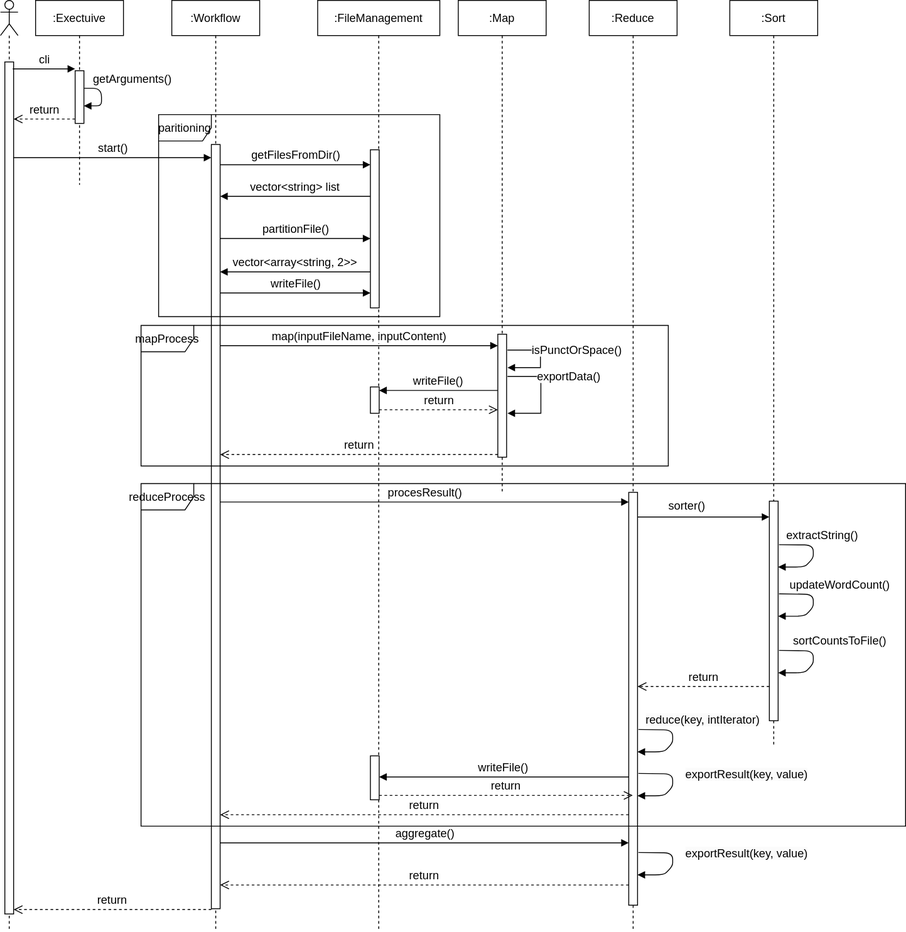
saie100/ood_map_reduce keeps this draw.io diagram as docs/sequence.drawio.svg. Above is the earlier version. Source tidied: cells renumbered, new cells last; positions are measured from the earlier drawing's top-left corner, leaving out a move shared by most shapes.
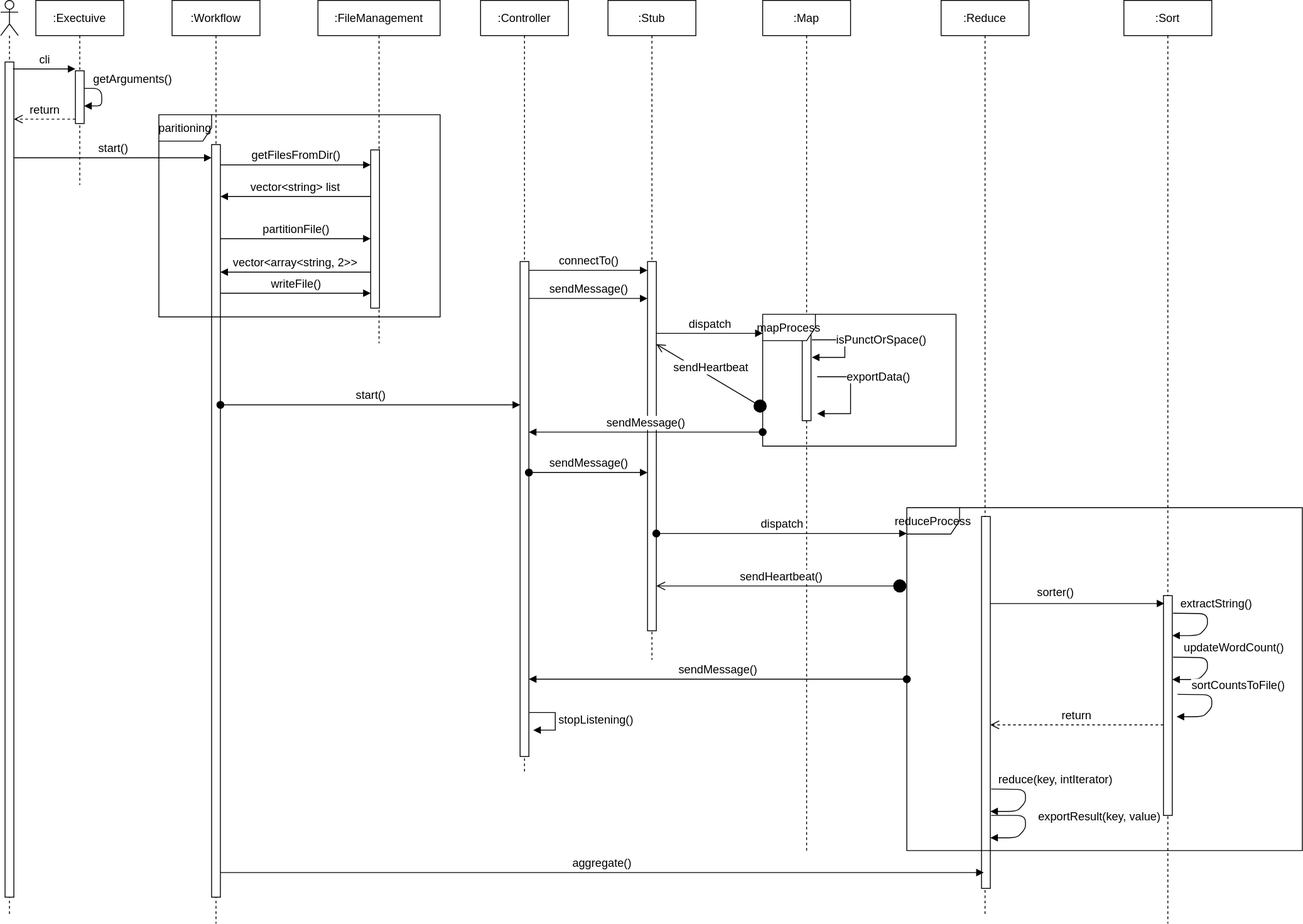
Above is the later version.

What changed in the source:
```diff
@@ -5,6 +5,6 @@
     <mxCell id="2" style="shape=umlLifeline;participant=umlActor;perimeter=lifelinePerimeter;whiteSpace=wrap;html=1;verticalAlign=top;spacingTop=36;fontSize=13;fontStyle=0;" parent="1" vertex="1">
-      <mxGeometry width="20" height="1060" as="geometry" />
+      <mxGeometry width="20" height="1040" as="geometry" />
     </mxCell>
     <mxCell id="3" style="html=1;perimeter=orthogonalPerimeter;fontSize=13;fontStyle=0;" parent="2" vertex="1">
-      <mxGeometry x="5" y="70" width="10" height="970" as="geometry" />
+      <mxGeometry x="5" y="70" width="10" height="950" as="geometry" />
     </mxCell>
@@ -26,9 +26,14 @@
     <mxCell id="8" value=":Workflow" style="shape=umlLifeline;perimeter=lifelinePerimeter;whiteSpace=wrap;html=1;fontSize=13;fontStyle=0;" parent="1" vertex="1">
-      <mxGeometry x="195" width="100" height="1060" as="geometry" />
+      <mxGeometry x="195" width="100" height="1050" as="geometry" />
     </mxCell>
     <mxCell id="9" style="html=1;perimeter=orthogonalPerimeter;fontSize=13;fontStyle=0;" parent="8" vertex="1">
-      <mxGeometry x="45" y="164" width="10" height="870" as="geometry" />
+      <mxGeometry x="45" y="164" width="10" height="856" as="geometry" />
     </mxCell>
+    <mxCell id="51" value="start()" style="html=1;verticalAlign=bottom;startArrow=oval;startFill=1;endArrow=block;startSize=8;fontSize=13;" parent="8" edge="1" target="53">
+      <mxGeometry relative="1" as="geometry">
+        <mxPoint x="55" y="460" as="sourcePoint" />
+      </mxGeometry>
+    </mxCell>
     <mxCell id="10" value=":FileManagement" style="shape=umlLifeline;perimeter=lifelinePerimeter;whiteSpace=wrap;html=1;fontSize=13;fontStyle=0;" parent="1" vertex="1">
-      <mxGeometry x="361" width="139" height="1060" as="geometry" />
+      <mxGeometry x="361" width="139" height="390" as="geometry" />
     </mxCell>
@@ -37,14 +42,2 @@
     </mxCell>
-    <mxCell id="12" style="html=1;perimeter=orthogonalPerimeter;fontSize=13;fontStyle=0;" parent="10" vertex="1">
-      <mxGeometry x="60" y="440" width="10" height="30" as="geometry" />
-    </mxCell>
-    <mxCell id="13" style="html=1;perimeter=orthogonalPerimeter;fontSize=13;fontStyle=0;" parent="10" vertex="1">
-      <mxGeometry x="60" y="860" width="10" height="50" as="geometry" />
-    </mxCell>
-    <mxCell id="14" value="writeFile()" style="html=1;verticalAlign=bottom;endArrow=block;fontSize=13;fontStyle=0;" parent="10" edge="1">
-      <mxGeometry x="0.01" relative="1" as="geometry">
-        <mxPoint x="354" y="884" as="sourcePoint" />
-        <mxPoint x="70" y="884" as="targetPoint" />
-      </mxGeometry>
-    </mxCell>
     <mxCell id="15" value="paritioning" style="shape=umlFrame;whiteSpace=wrap;html=1;fontSize=13;fontStyle=0;" parent="10" vertex="1">
@@ -53,6 +46,6 @@
     <mxCell id="16" value=":Map" style="shape=umlLifeline;perimeter=lifelinePerimeter;whiteSpace=wrap;html=1;fontSize=13;fontStyle=0;" parent="1" vertex="1">
-      <mxGeometry x="521" width="100" height="560" as="geometry" />
+      <mxGeometry x="867" width="100" height="970" as="geometry" />
     </mxCell>
     <mxCell id="17" style="html=1;perimeter=orthogonalPerimeter;fontSize=13;fontStyle=0;" parent="16" vertex="1">
-      <mxGeometry x="45" y="380" width="10" height="140" as="geometry" />
+      <mxGeometry x="45" y="368" width="10" height="110" as="geometry" />
     </mxCell>
@@ -60,7 +53,7 @@
       <mxGeometry x="-0.49" relative="1" as="geometry">
-        <mxPoint x="56" y="398" as="sourcePoint" />
-        <mxPoint x="56" y="418" as="targetPoint" />
+        <mxPoint x="56" y="386" as="sourcePoint" />
+        <mxPoint x="56" y="406" as="targetPoint" />
         <Array as="points">
-          <mxPoint x="93.5" y="398.5" />
-          <mxPoint x="93.5" y="418.5" />
+          <mxPoint x="93.5" y="386.5" />
+          <mxPoint x="93.5" y="406.5" />
         </Array>
@@ -68,27 +61,27 @@
     </mxCell>
+    <mxCell id="36" value="exportData()" style="edgeStyle=orthogonalEdgeStyle;html=1;align=left;spacingLeft=2;endArrow=block;rounded=0;fontSize=13;exitX=1.25;exitY=0.494;exitDx=0;exitDy=0;exitPerimeter=0;fontStyle=0;" parent="16" edge="1">
+      <mxGeometry x="-0.49" relative="1" as="geometry">
+        <mxPoint x="62" y="428" as="sourcePoint" />
+        <mxPoint x="62" y="470" as="targetPoint" />
+        <Array as="points">
+          <mxPoint x="100" y="428" />
+          <mxPoint x="100" y="470" />
+          <mxPoint x="62" y="470" />
+        </Array>
+      </mxGeometry>
+    </mxCell>
     <mxCell id="19" value=":Sort" style="shape=umlLifeline;perimeter=lifelinePerimeter;whiteSpace=wrap;html=1;fontSize=13;fontStyle=0;" parent="1" vertex="1">
-      <mxGeometry x="830" width="100" height="850" as="geometry" />
+      <mxGeometry x="1278" width="100" height="1050" as="geometry" />
     </mxCell>
     <mxCell id="20" style="html=1;points=[];perimeter=orthogonalPerimeter;fontSize=13;fontStyle=0;" parent="19" vertex="1">
-      <mxGeometry x="45" y="570" width="10" height="250" as="geometry" />
+      <mxGeometry x="45" y="677" width="10" height="250" as="geometry" />
     </mxCell>
-    <mxCell id="21" value="extractString()" style="html=1;verticalAlign=bottom;endArrow=block;fontSize=13;entryX=1;entryY=0.25;entryDx=0;entryDy=0;entryPerimeter=0;exitX=1.1;exitY=0.038;exitDx=0;exitDy=0;exitPerimeter=0;fontStyle=0;" parent="19" edge="1">
-      <mxGeometry x="-0.21" y="10" relative="1" as="geometry">
-        <mxPoint x="56" y="619.6" as="sourcePoint" />
-        <mxPoint x="55" y="645" as="targetPoint" />
-        <Array as="points">
-          <mxPoint x="95" y="620" />
-          <mxPoint x="95" y="635" />
-          <mxPoint x="85" y="645" />
-        </Array>
-      </mxGeometry>
-    </mxCell>
     <mxCell id="22" value="updateWordCount()" style="html=1;verticalAlign=bottom;endArrow=block;fontSize=13;entryX=1;entryY=0.25;entryDx=0;entryDy=0;entryPerimeter=0;exitX=1.1;exitY=0.038;exitDx=0;exitDy=0;exitPerimeter=0;fontStyle=0;" parent="19" edge="1">
       <mxGeometry x="-0.21" y="30" relative="1" as="geometry">
-        <mxPoint x="56" y="675.6" as="sourcePoint" />
-        <mxPoint x="55" y="701" as="targetPoint" />
+        <mxPoint x="56" y="747" as="sourcePoint" />
+        <mxPoint x="55" y="772.4" as="targetPoint" />
         <Array as="points">
-          <mxPoint x="95" y="676" />
-          <mxPoint x="95" y="691" />
-          <mxPoint x="85" y="701" />
+          <mxPoint x="95" y="747.4" />
+          <mxPoint x="95" y="762.4" />
+          <mxPoint x="85" y="772.4" />
         </Array>
@@ -98,8 +91,8 @@
       <mxGeometry x="-0.21" y="30" relative="1" as="geometry">
-        <mxPoint x="56" y="740" as="sourcePoint" />
-        <mxPoint x="55" y="765.4" as="targetPoint" />
+        <mxPoint x="61" y="789.3" as="sourcePoint" />
+        <mxPoint x="60" y="814.7" as="targetPoint" />
         <Array as="points">
-          <mxPoint x="95" y="740.4" />
-          <mxPoint x="95" y="755.4" />
-          <mxPoint x="85" y="765.4" />
+          <mxPoint x="100" y="789.7" />
+          <mxPoint x="100" y="804.7" />
+          <mxPoint x="90" y="814.7" />
         </Array>
@@ -107,7 +100,18 @@
     </mxCell>
+    <mxCell id="21" value="extractString()" style="html=1;verticalAlign=bottom;endArrow=block;fontSize=13;entryX=1;entryY=0.25;entryDx=0;entryDy=0;entryPerimeter=0;exitX=1.1;exitY=0.038;exitDx=0;exitDy=0;exitPerimeter=0;fontStyle=0;" parent="19" edge="1">
+      <mxGeometry x="-0.21" y="10" relative="1" as="geometry">
+        <mxPoint x="56" y="697" as="sourcePoint" />
+        <mxPoint x="55" y="722.4" as="targetPoint" />
+        <Array as="points">
+          <mxPoint x="95" y="697.4" />
+          <mxPoint x="95" y="712.4" />
+          <mxPoint x="85" y="722.4" />
+        </Array>
+      </mxGeometry>
+    </mxCell>
     <mxCell id="24" value=":Reduce" style="shape=umlLifeline;perimeter=lifelinePerimeter;whiteSpace=wrap;html=1;fontSize=13;fontStyle=0;" parent="1" vertex="1">
-      <mxGeometry x="670" width="100" height="1060" as="geometry" />
+      <mxGeometry x="1070" width="100" height="1040" as="geometry" />
     </mxCell>
     <mxCell id="25" style="html=1;points=[];perimeter=orthogonalPerimeter;fontSize=13;fontStyle=0;" parent="24" vertex="1">
-      <mxGeometry x="45" y="560" width="10" height="470" as="geometry" />
+      <mxGeometry x="46" y="587" width="10" height="423" as="geometry" />
     </mxCell>
@@ -115,8 +119,8 @@
       <mxGeometry x="-0.21" y="34" relative="1" as="geometry">
-        <mxPoint x="56" y="830" as="sourcePoint" />
-        <mxPoint x="55" y="855.4" as="targetPoint" />
+        <mxPoint x="57" y="897" as="sourcePoint" />
+        <mxPoint x="56" y="922.4" as="targetPoint" />
         <Array as="points">
-          <mxPoint x="95" y="830.4" />
-          <mxPoint x="95" y="845.4" />
-          <mxPoint x="85" y="855.4" />
+          <mxPoint x="96" y="897.4" />
+          <mxPoint x="96" y="912.4" />
+          <mxPoint x="86" y="922.4" />
         </Array>
@@ -126,8 +130,8 @@
       <mxGeometry x="0.04" y="84" relative="1" as="geometry">
-        <mxPoint x="56" y="880" as="sourcePoint" />
-        <mxPoint x="55" y="905.4" as="targetPoint" />
+        <mxPoint x="57" y="927" as="sourcePoint" />
+        <mxPoint x="56" y="952.4" as="targetPoint" />
         <Array as="points">
-          <mxPoint x="95" y="880.4" />
-          <mxPoint x="95" y="895.4" />
-          <mxPoint x="85" y="905.4" />
+          <mxPoint x="96" y="927" />
+          <mxPoint x="96" y="942.4" />
+          <mxPoint x="86" y="952.4" />
         </Array>
@@ -135,13 +139,2 @@
     </mxCell>
-    <mxCell id="28" value="&lt;span style=&quot;background-color: rgb(251, 251, 251); font-size: 13px;&quot;&gt;exportResult(key, value)&lt;/span&gt;" style="html=1;verticalAlign=bottom;endArrow=block;fontSize=13;entryX=1;entryY=0.25;entryDx=0;entryDy=0;entryPerimeter=0;exitX=1.1;exitY=0.038;exitDx=0;exitDy=0;exitPerimeter=0;fontStyle=0;" parent="24" edge="1">
-      <mxGeometry x="0.04" y="84" relative="1" as="geometry">
-        <mxPoint x="56" y="970" as="sourcePoint" />
-        <mxPoint x="55" y="995.4" as="targetPoint" />
-        <Array as="points">
-          <mxPoint x="95" y="970.4" />
-          <mxPoint x="95" y="985.4" />
-          <mxPoint x="85" y="995.4" />
-        </Array>
-      </mxGeometry>
-    </mxCell>
     <mxCell id="29" value="return" style="html=1;verticalAlign=bottom;endArrow=open;dashed=1;endSize=8;fontSize=13;fontStyle=0;" parent="1" edge="1">
@@ -182,83 +175,5 @@
     </mxCell>
-    <mxCell id="35" value="map(inputFileName, inputContent)" style="html=1;verticalAlign=bottom;endArrow=block;fontSize=13;fontStyle=0;" parent="1" edge="1">
-      <mxGeometry relative="1" as="geometry">
-        <mxPoint x="250" y="393" as="sourcePoint" />
-        <mxPoint x="566" y="393" as="targetPoint" />
-      </mxGeometry>
-    </mxCell>
-    <mxCell id="36" value="exportData()" style="edgeStyle=orthogonalEdgeStyle;html=1;align=left;spacingLeft=2;endArrow=block;rounded=0;fontSize=13;exitX=1.25;exitY=0.494;exitDx=0;exitDy=0;exitPerimeter=0;fontStyle=0;" parent="1" edge="1">
-      <mxGeometry x="-0.49" relative="1" as="geometry">
-        <mxPoint x="577" y="428" as="sourcePoint" />
-        <mxPoint x="577" y="470" as="targetPoint" />
-        <Array as="points">
-          <mxPoint x="615" y="428" />
-          <mxPoint x="615" y="470" />
-          <mxPoint x="577" y="470" />
-        </Array>
-      </mxGeometry>
-    </mxCell>
-    <mxCell id="37" value="return" style="html=1;verticalAlign=bottom;endArrow=open;dashed=1;endSize=8;fontSize=13;fontStyle=0;" parent="1" edge="1">
-      <mxGeometry relative="1" as="geometry">
-        <mxPoint x="566" y="517" as="sourcePoint" />
-        <mxPoint x="250" y="517" as="targetPoint" />
-      </mxGeometry>
-    </mxCell>
-    <mxCell id="38" value="writeFile()" style="html=1;verticalAlign=bottom;endArrow=block;fontSize=13;fontStyle=0;" parent="1" edge="1">
-      <mxGeometry x="0.01" relative="1" as="geometry">
-        <mxPoint x="566" y="444" as="sourcePoint" />
-        <mxPoint x="431" y="444" as="targetPoint" />
-      </mxGeometry>
-    </mxCell>
-    <mxCell id="39" value="return" style="html=1;verticalAlign=bottom;endArrow=open;dashed=1;endSize=8;fontSize=13;fontStyle=0;" parent="1" edge="1">
-      <mxGeometry relative="1" as="geometry">
-        <mxPoint x="431" y="466" as="sourcePoint" />
-        <mxPoint x="566" y="466" as="targetPoint" />
-      </mxGeometry>
-    </mxCell>
-    <mxCell id="40" value="procesResult()" style="html=1;verticalAlign=bottom;endArrow=block;fontSize=13;fontStyle=0;" parent="1" edge="1" target="25">
-      <mxGeometry relative="1" as="geometry">
-        <mxPoint x="250" y="571" as="sourcePoint" />
-      </mxGeometry>
-    </mxCell>
-    <mxCell id="41" value="return" style="html=1;verticalAlign=bottom;endArrow=open;dashed=1;endSize=8;fontSize=13;fontStyle=0;" parent="1" edge="1">
-      <mxGeometry relative="1" as="geometry">
-        <mxPoint x="715" y="927" as="sourcePoint" />
-        <mxPoint x="250" y="927" as="targetPoint" />
-      </mxGeometry>
-    </mxCell>
-    <mxCell id="42" value="return" style="html=1;verticalAlign=bottom;endArrow=open;dashed=1;endSize=8;fontSize=13;fontStyle=0;" parent="1" edge="1">
-      <mxGeometry relative="1" as="geometry">
-        <mxPoint x="240" y="1035" as="sourcePoint" />
-        <mxPoint x="15" y="1035" as="targetPoint" />
-      </mxGeometry>
-    </mxCell>
-    <mxCell id="43" value="sorter()" style="html=1;verticalAlign=bottom;endArrow=block;fontSize=13;fontStyle=0;" parent="1" edge="1" target="20">
-      <mxGeometry x="-0.25" y="2" relative="1" as="geometry">
-        <mxPoint x="725" y="588" as="sourcePoint" />
-      </mxGeometry>
+    <mxCell id="43" value="sorter()" style="html=1;verticalAlign=bottom;endArrow=block;fontSize=13;fontStyle=0;entryX=0.1;entryY=0.036;entryDx=0;entryDy=0;entryPerimeter=0;" parent="1" edge="1" source="25" target="20">
+      <mxGeometry x="-0.25" y="2" relative="1" as="geometry" />
     </mxCell>
-    <mxCell id="44" value="return" style="html=1;verticalAlign=bottom;endArrow=open;dashed=1;endSize=8;fontSize=13;fontStyle=0;" parent="1" edge="1">
-      <mxGeometry relative="1" as="geometry">
-        <mxPoint x="875" y="781" as="sourcePoint" />
-        <mxPoint x="725" y="781" as="targetPoint" />
-      </mxGeometry>
-    </mxCell>
-    <mxCell id="45" value="aggregate()" style="html=1;verticalAlign=bottom;endArrow=block;fontSize=13;fontStyle=0;" parent="1" edge="1">
-      <mxGeometry relative="1" as="geometry">
-        <mxPoint x="250" y="959" as="sourcePoint" />
-        <mxPoint x="715" y="959" as="targetPoint" />
-      </mxGeometry>
-    </mxCell>
-    <mxCell id="46" value="return" style="html=1;verticalAlign=bottom;endArrow=open;dashed=1;endSize=8;fontSize=13;fontStyle=0;" parent="1" edge="1">
-      <mxGeometry relative="1" as="geometry">
-        <mxPoint x="431" y="905" as="sourcePoint" />
-        <mxPoint x="719.5" y="905" as="targetPoint" />
-      </mxGeometry>
-    </mxCell>
-    <mxCell id="47" value="return" style="html=1;verticalAlign=bottom;endArrow=open;dashed=1;endSize=8;fontSize=13;fontStyle=0;" parent="1" edge="1">
-      <mxGeometry relative="1" as="geometry">
-        <mxPoint x="715" y="1007" as="sourcePoint" />
-        <mxPoint x="250" y="1007" as="targetPoint" />
-      </mxGeometry>
-    </mxCell>
     <mxCell id="48" value="writeFile()" style="html=1;verticalAlign=bottom;endArrow=block;fontSize=13;fontStyle=0;" parent="1" edge="1">
@@ -270,7 +185,90 @@
     <mxCell id="49" value="mapProcess" style="shape=umlFrame;whiteSpace=wrap;html=1;fontSize=13;fontStyle=0;" parent="1" vertex="1">
-      <mxGeometry x="160" y="370" width="600" height="160" as="geometry" />
+      <mxGeometry x="867" y="357" width="220" height="150" as="geometry" />
     </mxCell>
     <mxCell id="50" value="reduceProcess" style="shape=umlFrame;whiteSpace=wrap;html=1;fontSize=13;fontStyle=0;" parent="1" vertex="1">
-      <mxGeometry x="160" y="550" width="870" height="390" as="geometry" />
+      <mxGeometry x="1031" y="577" width="450" height="390" as="geometry" />
     </mxCell>
+    <mxCell id="52" value=":Controller" style="shape=umlLifeline;perimeter=lifelinePerimeter;whiteSpace=wrap;html=1;fontSize=13;" parent="1" vertex="1">
+      <mxGeometry x="546" width="100" height="880" as="geometry" />
+    </mxCell>
+    <mxCell id="53" style="html=1;points=[];perimeter=orthogonalPerimeter;fontSize=13;" parent="52" vertex="1">
+      <mxGeometry x="45" y="297" width="10" height="563" as="geometry" />
+    </mxCell>
+    <mxCell id="54" value="stopListening()" style="edgeStyle=orthogonalEdgeStyle;html=1;align=left;spacingLeft=2;endArrow=block;rounded=0;entryX=1;entryY=0;fontSize=13;" parent="52" edge="1">
+      <mxGeometry relative="1" as="geometry">
+        <mxPoint x="55" y="810" as="sourcePoint" />
+        <mxPoint x="60" y="830" as="targetPoint" />
+        <Array as="points">
+          <mxPoint x="85" y="810" />
+        </Array>
+      </mxGeometry>
+    </mxCell>
+    <mxCell id="55" value=":Stub" style="shape=umlLifeline;perimeter=lifelinePerimeter;whiteSpace=wrap;html=1;fontSize=13;" parent="1" vertex="1">
+      <mxGeometry x="691" width="100" height="750" as="geometry" />
+    </mxCell>
+    <mxCell id="56" style="html=1;perimeter=orthogonalPerimeter;fontSize=13;" parent="55" vertex="1">
+      <mxGeometry x="45" y="297" width="10" height="420" as="geometry" />
+    </mxCell>
+    <mxCell id="57" value="connectTo()" style="html=1;verticalAlign=bottom;endArrow=block;fontSize=13;" parent="1" edge="1">
+      <mxGeometry relative="1" as="geometry">
+        <mxPoint x="601" y="307" as="sourcePoint" />
+        <mxPoint x="736" y="307" as="targetPoint" />
+      </mxGeometry>
+    </mxCell>
+    <mxCell id="58" value="sendMessage()" style="html=1;verticalAlign=bottom;endArrow=block;fontSize=13;" parent="1" edge="1">
+      <mxGeometry relative="1" as="geometry">
+        <mxPoint x="601" y="339" as="sourcePoint" />
+        <mxPoint x="736" y="339" as="targetPoint" />
+      </mxGeometry>
+    </mxCell>
+    <mxCell id="59" value="dispatch" style="html=1;verticalAlign=bottom;endArrow=block;fontSize=13;" parent="1" edge="1">
+      <mxGeometry relative="1" as="geometry">
+        <mxPoint x="746" y="378.6" as="sourcePoint" />
+        <mxPoint x="867" y="378.6" as="targetPoint" />
+      </mxGeometry>
+    </mxCell>
+    <mxCell id="60" value="sendHeartbeat" style="html=1;verticalAlign=bottom;startArrow=circle;startFill=1;endArrow=open;startSize=6;endSize=8;exitX=0.018;exitY=0.723;exitDx=0;exitDy=0;exitPerimeter=0;fontSize=13;" parent="1" edge="1" source="49">
+      <mxGeometry relative="1" as="geometry">
+        <mxPoint x="746" y="391" as="targetPoint" />
+      </mxGeometry>
+    </mxCell>
+    <mxCell id="61" value="sendMessage()" style="html=1;verticalAlign=bottom;startArrow=oval;startFill=1;endArrow=block;startSize=8;fontSize=13;" parent="1" edge="1">
+      <mxGeometry relative="1" as="geometry">
+        <mxPoint x="867" y="491" as="sourcePoint" />
+        <mxPoint x="601" y="491" as="targetPoint" />
+      </mxGeometry>
+    </mxCell>
+    <mxCell id="62" value="sendMessage()" style="html=1;verticalAlign=bottom;startArrow=oval;startFill=1;endArrow=block;startSize=8;fontSize=13;" parent="1" edge="1">
+      <mxGeometry x="0.01" relative="1" as="geometry">
+        <mxPoint x="601" y="537" as="sourcePoint" />
+        <mxPoint x="736" y="537" as="targetPoint" />
+      </mxGeometry>
+    </mxCell>
+    <mxCell id="63" value="return" style="html=1;verticalAlign=bottom;endArrow=open;dashed=1;endSize=8;fontSize=13;" parent="1" edge="1">
+      <mxGeometry relative="1" as="geometry">
+        <mxPoint x="1323" y="824" as="sourcePoint" />
+        <mxPoint x="1126" y="824" as="targetPoint" />
+      </mxGeometry>
+    </mxCell>
+    <mxCell id="64" value="dispatch" style="html=1;verticalAlign=bottom;startArrow=oval;startFill=1;endArrow=block;startSize=8;fontSize=13;" parent="1" edge="1">
+      <mxGeometry relative="1" as="geometry">
+        <mxPoint x="746" y="606.3" as="sourcePoint" />
+        <mxPoint x="1031" y="606.3" as="targetPoint" />
+      </mxGeometry>
+    </mxCell>
+    <mxCell id="65" value="sendHeartbeat()" style="html=1;verticalAlign=bottom;startArrow=circle;startFill=1;endArrow=open;startSize=6;endSize=8;fontSize=13;" parent="1" edge="1">
+      <mxGeometry relative="1" as="geometry">
+        <mxPoint x="1031" y="666" as="sourcePoint" />
+        <mxPoint x="746" y="666" as="targetPoint" />
+      </mxGeometry>
+    </mxCell>
+    <mxCell id="66" value="sendMessage()" style="html=1;verticalAlign=bottom;startArrow=oval;startFill=1;endArrow=block;startSize=8;fontSize=13;" parent="1" edge="1" source="50" target="53">
+      <mxGeometry relative="1" as="geometry" />
+    </mxCell>
+    <mxCell id="45" value="aggregate()" style="html=1;verticalAlign=bottom;endArrow=block;fontSize=13;" parent="1" edge="1">
+      <mxGeometry relative="1" as="geometry">
+        <mxPoint x="250" y="992" as="sourcePoint" />
+        <mxPoint x="1118.5" y="992" as="targetPoint" />
+      </mxGeometry>
+    </mxCell>
   </root>
```
